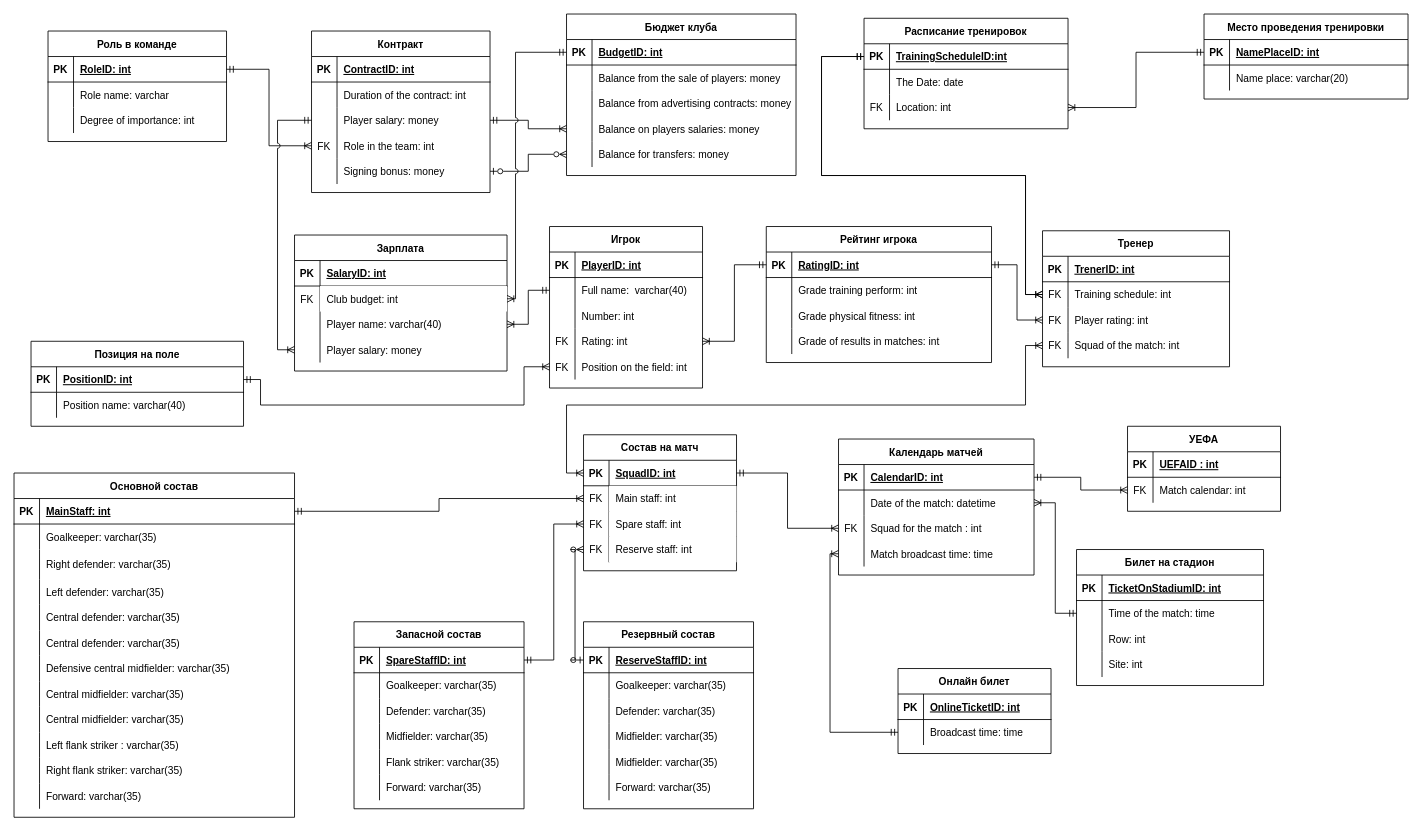
Earlier version of the draw.io diagram page "Page-1" (1 of 2) of ER Diagramm.drawio (Alexsander996/football). Source tidied: cells renumbered, new cells numbered last; positions are measured from the earlier drawing's top-left corner, leaving out a move shared by most shapes. Both pictures are drawn from the tidied source at 85%, with x=0, y=0 at pixel (14, 14).
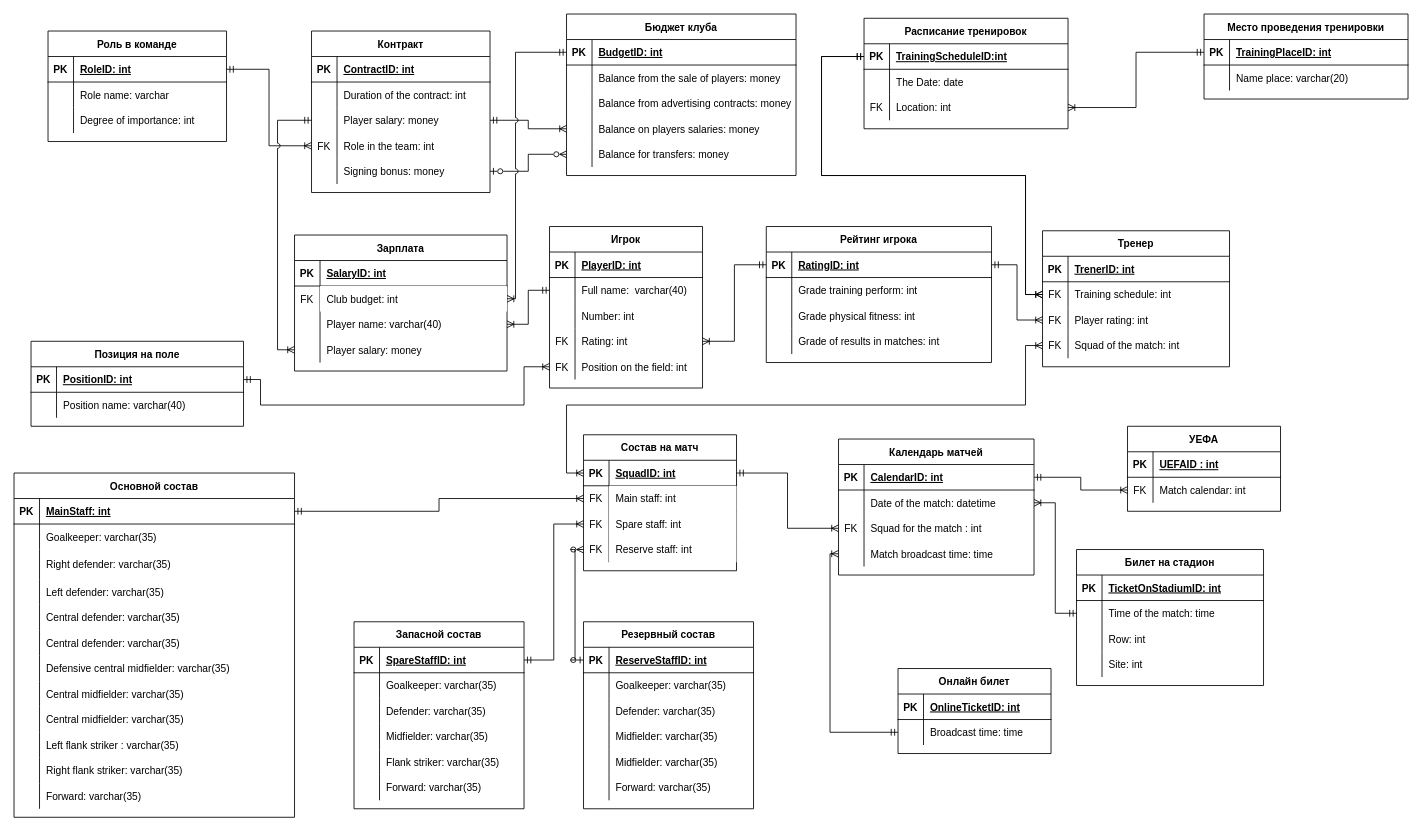
Above is the later version.

The change refers to these unchanged cells:
```xml
<mxCell id="251" style="shape=partialRectangle;fillColor=none;top=0;left=0;bottom=1;right=0;points=[[0,0.5],[1,0.5]];portConstraint=eastwest;" parent="250" vertex="1">
  <mxGeometry y="30" width="240" height="30" as="geometry" />
</mxCell>
```

The edit, as a diff of the source:
```diff
@@
-    <mxCell id="253" value="NamePlaceID: int" style="shape=partialRectangle;fillColor=none;top=0;left=0;bottom=0;right=0;align=left;spacingLeft=6;fontStyle=5;overflow=hidden;" parent="251" vertex="1">
+    <mxCell id="253" value="TrainingPlaceID: int" style="shape=partialRectangle;fillColor=none;top=0;left=0;bottom=0;right=0;align=left;spacingLeft=6;fontStyle=5;overflow=hidden;" parent="251" vertex="1">
       <mxGeometry x="30" width="210" height="30" as="geometry" />
     </mxCell>
```
